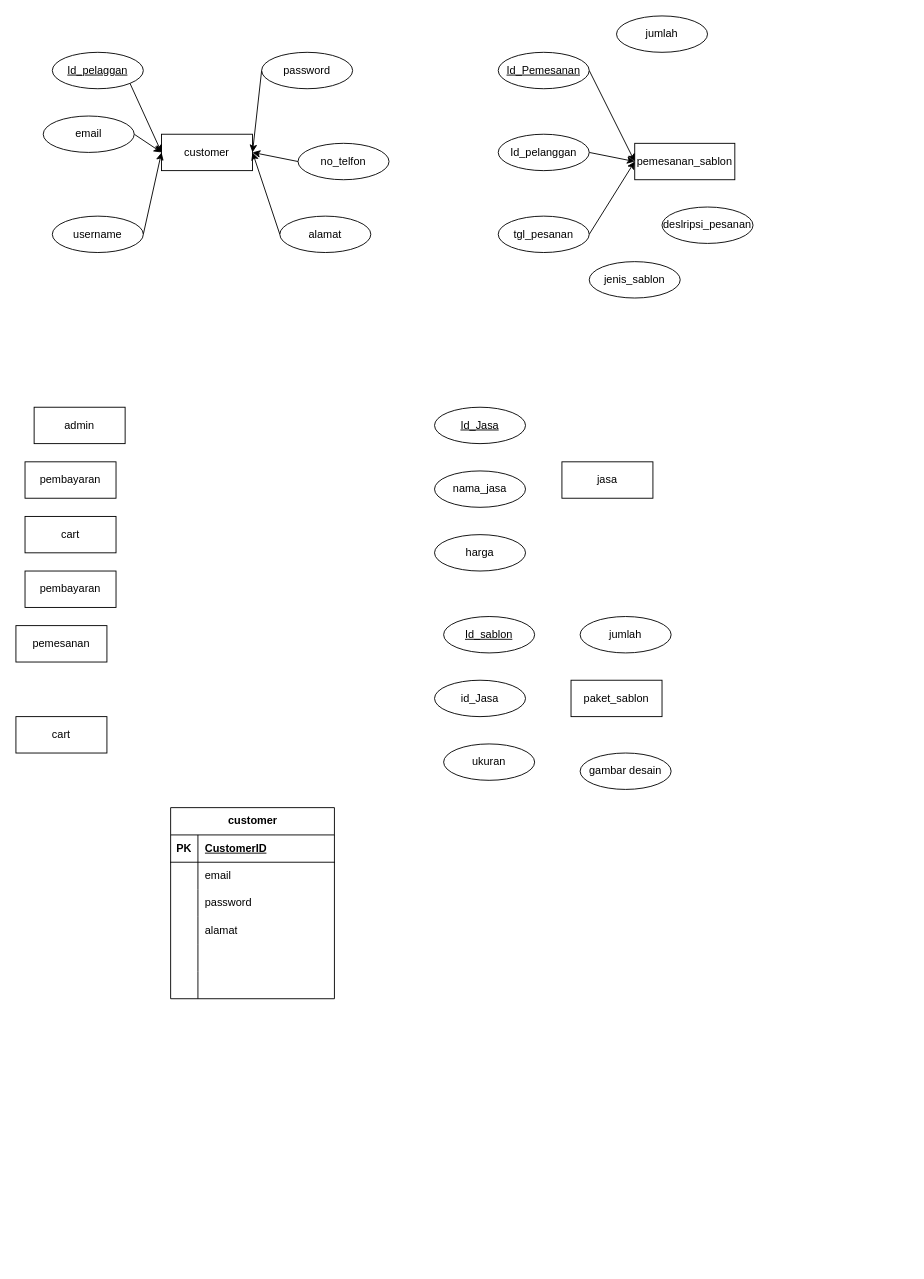
Above: ERD projek 1.drawio in zzarr/SC (draw.io), before the change. Source tidied: cells renumbered, new cells numbered last; positions are measured from the earlier drawing's top-left corner, leaving out a move shared by most shapes. Both pictures are drawn from the tidied source at 91%, with x=0, y=0 at pixel (15, 15).
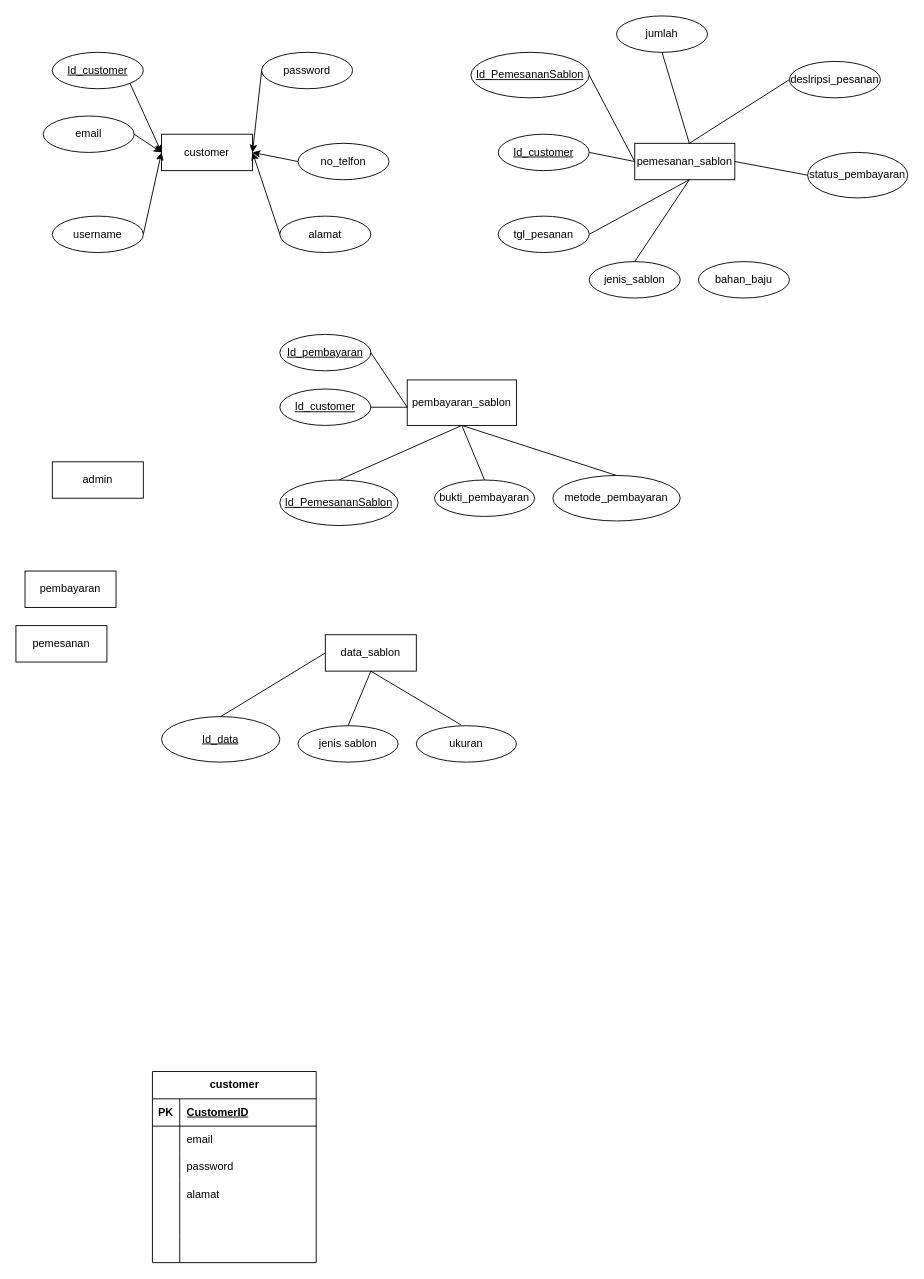
Above is the later version.

Unchanged cells that the change refers to:
```xml
<mxCell id="6" value="pemesanan_sablon" style="whiteSpace=wrap;html=1;align=center;" parent="1" vertex="1">
  <mxGeometry x="680" y="140" width="110" height="40" as="geometry" />
</mxCell>
<mxCell id="45" value="tgl_pesanan" style="ellipse;whiteSpace=wrap;html=1;align=center;" parent="1" vertex="1">
  <mxGeometry x="530" y="220" width="100" height="40" as="geometry" />
</mxCell>
<mxCell id="57" value="jenis_sablon" style="ellipse;whiteSpace=wrap;html=1;align=center;" parent="1" vertex="1">
  <mxGeometry x="630" y="270" width="100" height="40" as="geometry" />
</mxCell>
<mxCell id="58" value="jumlah" style="ellipse;whiteSpace=wrap;html=1;align=center;" parent="1" vertex="1">
  <mxGeometry x="660" width="100" height="40" as="geometry" />
</mxCell>
```

Change to the diagram source:
```diff
@@
     <mxCell id="3" value="admin" style="whiteSpace=wrap;html=1;align=center;" parent="1" vertex="1">
-      <mxGeometry x="20" y="430" width="100" height="40" as="geometry" />
+      <mxGeometry x="40" y="490" width="100" height="40" as="geometry" />
     </mxCell>
-    <mxCell id="4" value="jasa" style="whiteSpace=wrap;html=1;align=center;" parent="1" vertex="1">
-      <mxGeometry x="600" y="490" width="100" height="40" as="geometry" />
-    </mxCell>
@@
-    <mxCell id="7" value="pembayaran" style="whiteSpace=wrap;html=1;align=center;" parent="1" vertex="1">
-      <mxGeometry x="10" y="490" width="100" height="40" as="geometry" />
+    <mxCell id="7" value="pembayaran_sablon" style="whiteSpace=wrap;html=1;align=center;" parent="1" vertex="1">
+      <mxGeometry x="430" y="400" width="120" height="50" as="geometry" />
     </mxCell>
@@
-    <mxCell id="9" value="cart" style="whiteSpace=wrap;html=1;align=center;" parent="1" vertex="1">
-      <mxGeometry y="770" width="100" height="40" as="geometry" />
+    <mxCell id="9" value="data_sablon" style="whiteSpace=wrap;html=1;align=center;" parent="1" vertex="1">
+      <mxGeometry x="340" y="680" width="100" height="40" as="geometry" />
     </mxCell>
-    <mxCell id="10" value="cart" style="whiteSpace=wrap;html=1;align=center;" parent="1" vertex="1">
-      <mxGeometry x="10" y="550" width="100" height="40" as="geometry" />
-    </mxCell>
     <mxCell id="11" value="customer" style="shape=table;startSize=30;childLayout=tableLayout;rowLines=0;fontStyle=1;align=center;html=1;" parent="1" vertex="1">
-      <mxGeometry x="170" y="870" width="180" height="210" as="geometry" />
+      <mxGeometry x="150" y="1160" width="180" height="210" as="geometry" />
     </mxCell>
@@
-    <mxCell id="31" value="Id_pelaggan" style="ellipse;whiteSpace=wrap;html=1;align=center;fontStyle=4;" parent="1" vertex="1">
+    <mxCell id="31" value="Id_customer" style="ellipse;whiteSpace=wrap;html=1;align=center;fontStyle=4;" parent="1" vertex="1">
       <mxGeometry x="40" y="40" width="100" height="40" as="geometry" />
     </mxCell>
@@
-    <mxCell id="42" style="rounded=0;jettySize=auto;html=1;exitX=1;exitY=0.5;exitDx=0;exitDy=0;entryX=0;entryY=0.5;entryDx=0;entryDy=0;" parent="1" edge="1" source="43" target="6">
-      <mxGeometry relative="1" as="geometry" />
-    </mxCell>
-    <mxCell id="43" value="Id_Pemesanan" style="ellipse;whiteSpace=wrap;html=1;align=center;fontStyle=4;" parent="1" vertex="1">
-      <mxGeometry x="530" y="40" width="100" height="40" as="geometry" />
+    <mxCell id="43" value="Id_PemesananSablon" style="ellipse;whiteSpace=wrap;html=1;align=center;fontStyle=4;" parent="1" vertex="1">
+      <mxGeometry x="500" y="40" width="130" height="50" as="geometry" />
     </mxCell>
-    <mxCell id="44" style="rounded=0;jettySize=auto;html=1;exitX=1;exitY=0.5;exitDx=0;exitDy=0;entryX=0;entryY=0.5;entryDx=0;entryDy=0;" parent="1" edge="1" source="45" target="6">
-      <mxGeometry relative="1" as="geometry" />
-    </mxCell>
@@
-    <mxCell id="46" style="rounded=0;jettySize=auto;html=1;exitX=1;exitY=0.5;exitDx=0;exitDy=0;" parent="1" edge="1" source="47">
-      <mxGeometry relative="1" as="geometry">
-        <mxPoint x="680" y="160" as="targetPoint" />
-      </mxGeometry>
-    </mxCell>
-    <mxCell id="47" value="Id_pelanggan" style="ellipse;whiteSpace=wrap;html=1;align=center;" parent="1" vertex="1">
-      <mxGeometry x="530" y="130" width="100" height="40" as="geometry" />
-    </mxCell>
-    <mxCell id="48" value="paket_sablon" style="whiteSpace=wrap;html=1;align=center;" parent="1" vertex="1">
-      <mxGeometry x="610" y="730" width="100" height="40" as="geometry" />
-    </mxCell>
-    <mxCell id="49" value="Id_Jasa" style="ellipse;whiteSpace=wrap;html=1;align=center;fontStyle=4;" parent="1" vertex="1">
-      <mxGeometry x="460" y="430" width="100" height="40" as="geometry" />
-    </mxCell>
-    <mxCell id="50" value="nama_jasa" style="ellipse;whiteSpace=wrap;html=1;align=center;" parent="1" vertex="1">
-      <mxGeometry x="460" y="500" width="100" height="40" as="geometry" />
-    </mxCell>
-    <mxCell id="51" value="harga" style="ellipse;whiteSpace=wrap;html=1;align=center;" parent="1" vertex="1">
-      <mxGeometry x="460" y="570" width="100" height="40" as="geometry" />
-    </mxCell>
-    <mxCell id="52" value="Id_sablon" style="ellipse;whiteSpace=wrap;html=1;align=center;fontStyle=4;" parent="1" vertex="1">
-      <mxGeometry x="470" y="660" width="100" height="40" as="geometry" />
-    </mxCell>
-    <mxCell id="53" value="id_Jasa" style="ellipse;whiteSpace=wrap;html=1;align=center;" parent="1" vertex="1">
-      <mxGeometry x="460" y="730" width="100" height="40" as="geometry" />
-    </mxCell>
-    <mxCell id="54" value="ukuran" style="ellipse;whiteSpace=wrap;html=1;align=center;" parent="1" vertex="1">
-      <mxGeometry x="470" y="800" width="100" height="40" as="geometry" />
-    </mxCell>
-    <mxCell id="55" value="jumlah" style="ellipse;whiteSpace=wrap;html=1;align=center;" parent="1" vertex="1">
-      <mxGeometry x="620" y="660" width="100" height="40" as="geometry" />
-    </mxCell>
-    <mxCell id="56" value="gambar desain" style="ellipse;whiteSpace=wrap;html=1;align=center;" parent="1" vertex="1">
-      <mxGeometry x="620" y="810" width="100" height="40" as="geometry" />
-    </mxCell>
@@
     <mxCell id="59" value="deslripsi_pesanan" style="ellipse;whiteSpace=wrap;html=1;align=center;" parent="1" vertex="1">
-      <mxGeometry x="710" y="210" width="100" height="40" as="geometry" />
+      <mxGeometry x="850" y="50" width="100" height="40" as="geometry" />
     </mxCell>
+    <mxCell id="60" style="endArrow=none;html=1;rounded=0;entryX=1;entryY=0.5;entryDx=0;entryDy=0;exitX=1;exitY=0.5;exitDx=0;exitDy=0;" parent="1" edge="1" target="43">
+      <mxGeometry relative="1" as="geometry">
+        <mxPoint x="630" y="150" as="sourcePoint" />
+        <Array as="points">
+          <mxPoint x="680" y="160" />
+        </Array>
+      </mxGeometry>
+    </mxCell>
+    <mxCell id="61" value="Id_customer" style="ellipse;whiteSpace=wrap;html=1;align=center;fontStyle=4;" parent="1" vertex="1">
+      <mxGeometry x="530" y="130" width="100" height="40" as="geometry" />
+    </mxCell>
+    <mxCell id="62" style="endArrow=none;html=1;rounded=0;entryX=1;entryY=0.5;entryDx=0;entryDy=0;exitX=0.5;exitY=0;exitDx=0;exitDy=0;" parent="1" edge="1" source="57" target="45">
+      <mxGeometry relative="1" as="geometry">
+        <Array as="points">
+          <mxPoint x="740" y="180" />
+        </Array>
+      </mxGeometry>
+    </mxCell>
+    <mxCell id="63" style="endArrow=none;html=1;rounded=0;exitX=0.5;exitY=1;exitDx=0;exitDy=0;entryX=0;entryY=0.5;entryDx=0;entryDy=0;" parent="1" edge="1" source="58" target="59">
+      <mxGeometry relative="1" as="geometry">
+        <Array as="points">
+          <mxPoint x="740" y="140" />
+        </Array>
+      </mxGeometry>
+    </mxCell>
+    <mxCell id="64" value="Id_customer" style="ellipse;whiteSpace=wrap;html=1;align=center;fontStyle=4;" parent="1" vertex="1">
+      <mxGeometry x="290" y="410" width="100" height="40" as="geometry" />
+    </mxCell>
+    <mxCell id="65" value="Id_pembayaran" style="ellipse;whiteSpace=wrap;html=1;align=center;fontStyle=4;" parent="1" vertex="1">
+      <mxGeometry x="290" y="350" width="100" height="40" as="geometry" />
+    </mxCell>
+    <mxCell id="66" value="status_pembayaran" style="ellipse;whiteSpace=wrap;html=1;align=center;" parent="1" vertex="1">
+      <mxGeometry x="870" y="150" width="110" height="50" as="geometry" />
+    </mxCell>
+    <mxCell id="67" style="endArrow=none;html=1;rounded=0;entryX=0;entryY=0.5;entryDx=0;entryDy=0;exitX=1;exitY=0.5;exitDx=0;exitDy=0;" parent="1" edge="1" source="6" target="66">
+      <mxGeometry relative="1" as="geometry" />
+    </mxCell>
+    <mxCell id="68" value="bahan_baju" style="ellipse;whiteSpace=wrap;html=1;align=center;" parent="1" vertex="1">
+      <mxGeometry x="750" y="270" width="100" height="40" as="geometry" />
+    </mxCell>
+    <mxCell id="69" value="Id_PemesananSablon" style="ellipse;whiteSpace=wrap;html=1;align=center;fontStyle=4;" parent="1" vertex="1">
+      <mxGeometry x="290" y="510" width="130" height="50" as="geometry" />
+    </mxCell>
+    <mxCell id="70" value="bukti_pembayaran" style="ellipse;whiteSpace=wrap;html=1;align=center;" parent="1" vertex="1">
+      <mxGeometry x="460" y="510" width="110" height="40" as="geometry" />
+    </mxCell>
+    <mxCell id="71" value="metode_pembayaran" style="ellipse;whiteSpace=wrap;html=1;align=center;" parent="1" vertex="1">
+      <mxGeometry x="590" y="505" width="140" height="50" as="geometry" />
+    </mxCell>
+    <mxCell id="72" style="endArrow=none;html=1;rounded=0;exitX=1;exitY=0.5;exitDx=0;exitDy=0;entryX=1;entryY=0.5;entryDx=0;entryDy=0;" parent="1" edge="1" source="65" target="64">
+      <mxGeometry relative="1" as="geometry">
+        <Array as="points">
+          <mxPoint x="430" y="430" />
+        </Array>
+      </mxGeometry>
+    </mxCell>
+    <mxCell id="73" style="endArrow=none;html=1;rounded=0;exitX=0.5;exitY=0;exitDx=0;exitDy=0;entryX=0.5;entryY=0;entryDx=0;entryDy=0;" parent="1" edge="1" source="69" target="71">
+      <mxGeometry relative="1" as="geometry">
+        <Array as="points">
+          <mxPoint x="490" y="450" />
+        </Array>
+      </mxGeometry>
+    </mxCell>
+    <mxCell id="74" style="endArrow=none;html=1;rounded=0;exitX=0.5;exitY=1;exitDx=0;exitDy=0;entryX=0.5;entryY=0;entryDx=0;entryDy=0;" parent="1" edge="1" source="7" target="70">
+      <mxGeometry relative="1" as="geometry" />
+    </mxCell>
+    <mxCell id="75" value="Id_data" style="ellipse;whiteSpace=wrap;html=1;align=center;fontStyle=4;" parent="1" vertex="1">
+      <mxGeometry x="160" y="770" width="130" height="50" as="geometry" />
+    </mxCell>
+    <mxCell id="76" value="jenis sablon" style="ellipse;whiteSpace=wrap;html=1;align=center;" parent="1" vertex="1">
+      <mxGeometry x="310" y="780" width="110" height="40" as="geometry" />
+    </mxCell>
+    <mxCell id="54" value="ukuran" style="ellipse;whiteSpace=wrap;html=1;align=center;" parent="1" vertex="1">
+      <mxGeometry x="440" y="780" width="110" height="40" as="geometry" />
+    </mxCell>
+    <mxCell id="77" style="endArrow=none;html=1;rounded=0;exitX=0.5;exitY=0;exitDx=0;exitDy=0;entryX=0;entryY=0.5;entryDx=0;entryDy=0;" parent="1" edge="1" source="75" target="9">
+      <mxGeometry relative="1" as="geometry" />
+    </mxCell>
+    <mxCell id="78" style="endArrow=none;html=1;rounded=0;exitX=0.5;exitY=0;exitDx=0;exitDy=0;entryX=0.445;entryY=-0.025;entryDx=0;entryDy=0;entryPerimeter=0;" parent="1" edge="1" source="76" target="54">
+      <mxGeometry relative="1" as="geometry">
+        <Array as="points">
+          <mxPoint x="390" y="720" />
+        </Array>
+      </mxGeometry>
+    </mxCell>
```
